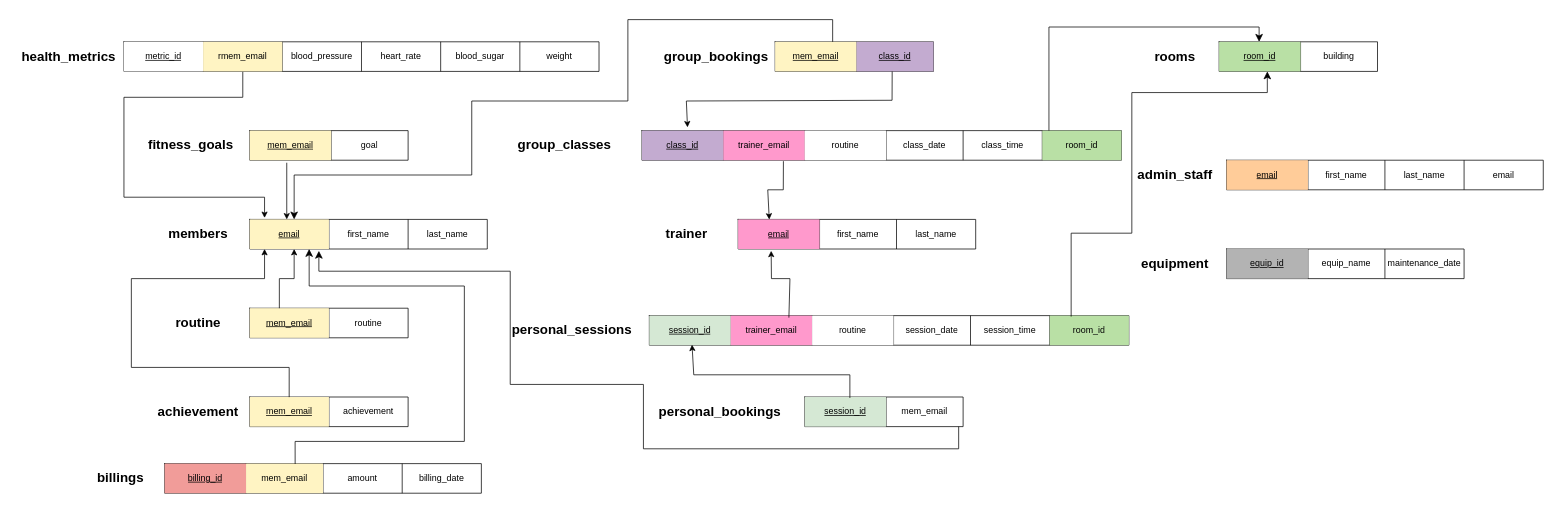
Earlier version of the draw.io diagram design_diagrams/DB_schema.drawio (Areej504/UrHealthApp). Source tidied: cells renumbered, new cells numbered last; positions are measured from the earlier drawing's top-left corner, leaving out a move shared by most shapes. Both pictures are drawn from the tidied source at 74%, with x=0, y=0 at pixel (13, 19).
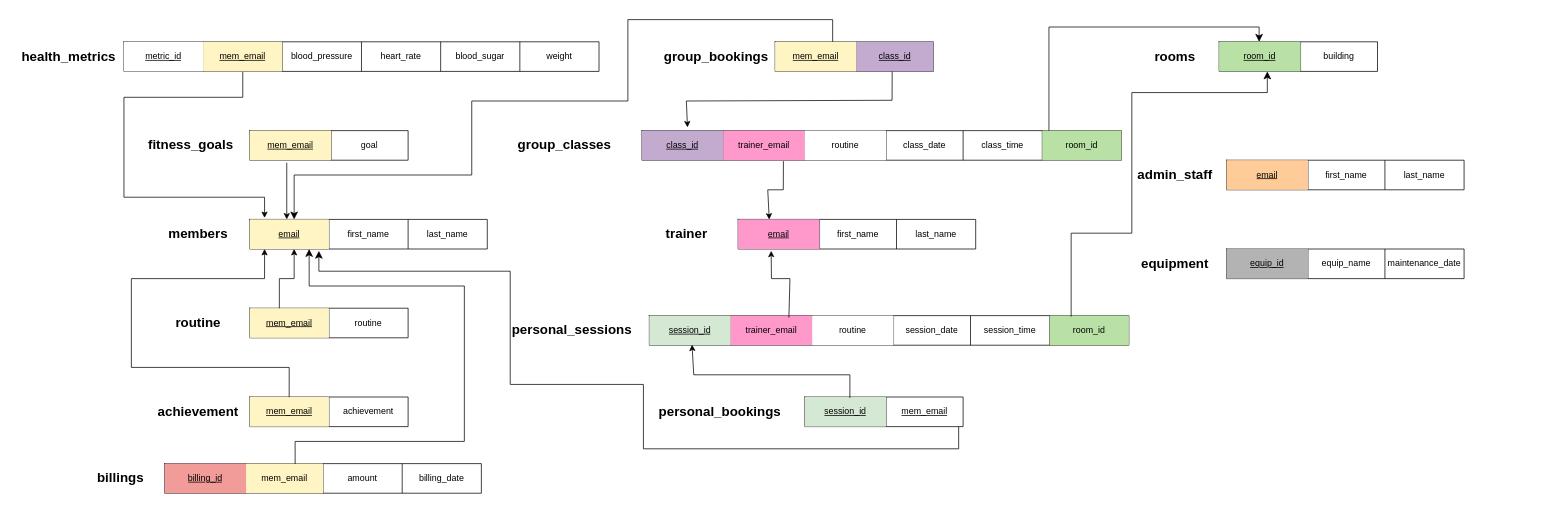
The same page after the edit.

Unchanged cells that the change refers to:
```xml
<mxCell id="83" style="shape=tableRow;horizontal=0;startSize=0;swimlaneHead=0;swimlaneBody=0;strokeColor=inherit;top=0;left=0;bottom=0;right=0;fillColor=none;points=[[0,0.5],[1,0.5]];portConstraint=eastwest;" parent="82" vertex="1">
  <mxGeometry width="214" height="40" as="geometry" />
</mxCell>
<mxCell id="97" style="shape=tableRow;horizontal=0;startSize=0;swimlaneHead=0;swimlaneBody=0;strokeColor=inherit;top=0;left=0;bottom=0;right=0;fillColor=none;" parent="96" vertex="1">
  <mxGeometry width="642" height="40" as="geometry" />
</mxCell>
```

Change to the diagram source:
```diff
@@
     <mxCell id="37" style="shape=table;startSize=0;childLayout=tableLayout;" parent="1" vertex="1">
-      <mxGeometry x="1640" y="190" width="428" height="40" as="geometry" />
+      <mxGeometry x="1640" y="190" width="321" height="40" as="geometry" />
     </mxCell>
     <mxCell id="38" style="shape=tableRow;horizontal=0;startSize=0;swimlaneHead=0;swimlaneBody=0;strokeColor=inherit;top=0;left=0;bottom=0;right=0;fillColor=none;" parent="37" vertex="1">
-      <mxGeometry width="428" height="40" as="geometry" />
+      <mxGeometry width="321" height="40" as="geometry" />
     </mxCell>
@@
-    <mxCell id="42" value="email" style="shape=partialRectangle;html=1;whiteSpace=wrap;strokeColor=inherit;overflow=hidden;fillColor=none;top=0;left=0;bottom=0;right=0;" parent="38" vertex="1">
-      <mxGeometry x="321" width="107" height="40" as="geometry" />
-    </mxCell>
@@
-    <mxCell id="85" value="mem_email" style="shape=partialRectangle;html=1;whiteSpace=wrap;strokeColor=inherit;overflow=hidden;fillColor=none;top=0;left=0;bottom=0;right=0;" parent="83" vertex="1">
+    <mxCell id="85" value="&lt;u&gt;mem_email&lt;/u&gt;" style="shape=partialRectangle;html=1;whiteSpace=wrap;strokeColor=inherit;overflow=hidden;fillColor=none;top=0;left=0;bottom=0;right=0;" parent="83" vertex="1">
       <mxGeometry x="110" width="104" height="40" as="geometry" />
     </mxCell>
@@
-    <mxCell id="99" value="rmem_email" style="shape=partialRectangle;html=1;whiteSpace=wrap;strokeColor=inherit;overflow=hidden;fillColor=#FFF4C3;top=0;left=0;bottom=0;right=0;" parent="97" vertex="1">
+    <mxCell id="99" value="&lt;u&gt;mem_email&lt;/u&gt;" style="shape=partialRectangle;html=1;whiteSpace=wrap;strokeColor=inherit;overflow=hidden;fillColor=#FFF4C3;top=0;left=0;bottom=0;right=0;" parent="97" vertex="1">
       <mxGeometry x="107" width="107" height="40" as="geometry" />
     </mxCell>
```
